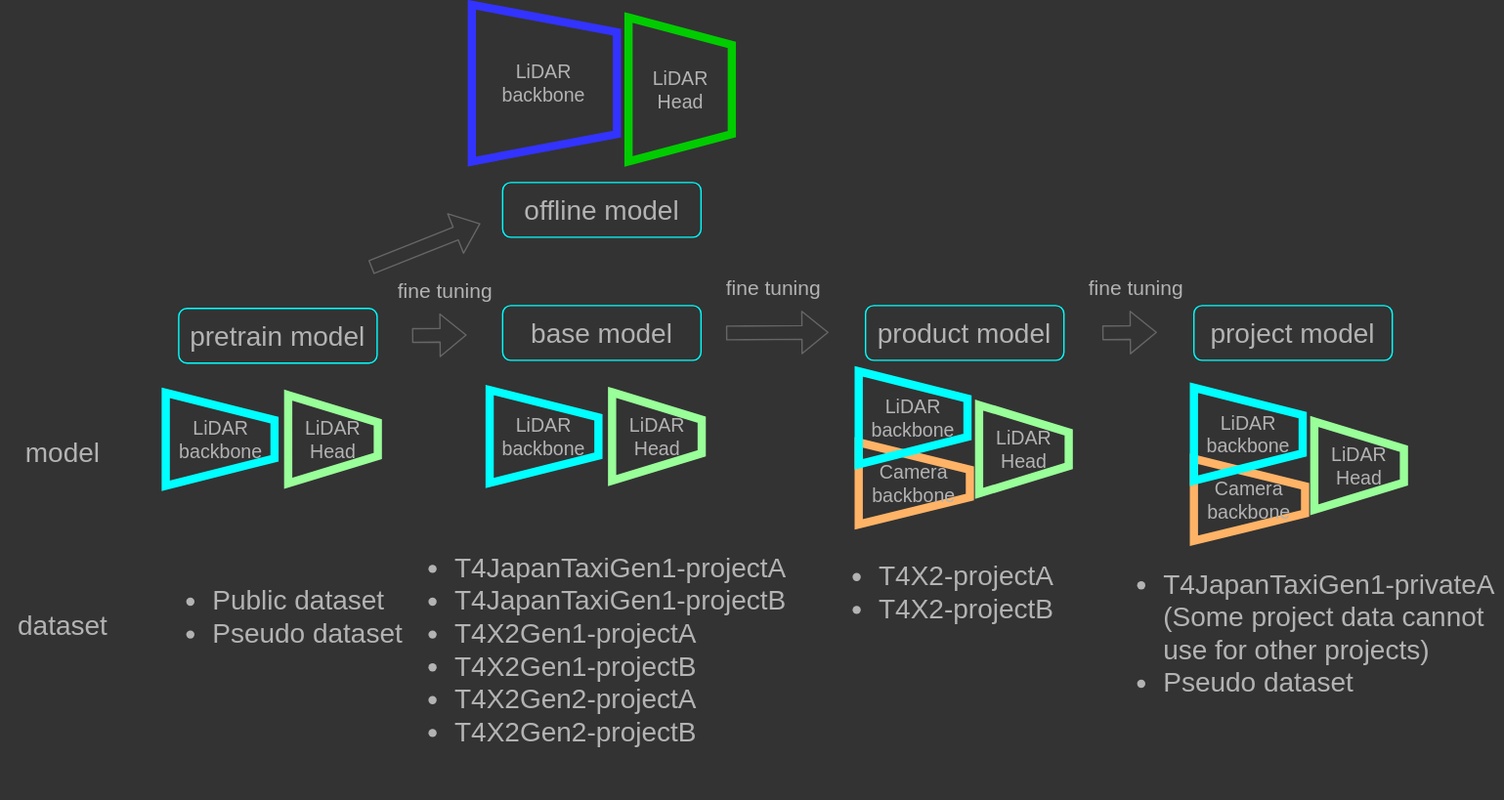
tier4/AWML keeps this draw.io diagram as docs/fig/model_type_2.drawio.svg. Above is the earlier version. Source tidied: cells renumbered, new cells last; positions are measured from the earlier drawing's top-left corner, leaving out a move shared by most shapes.
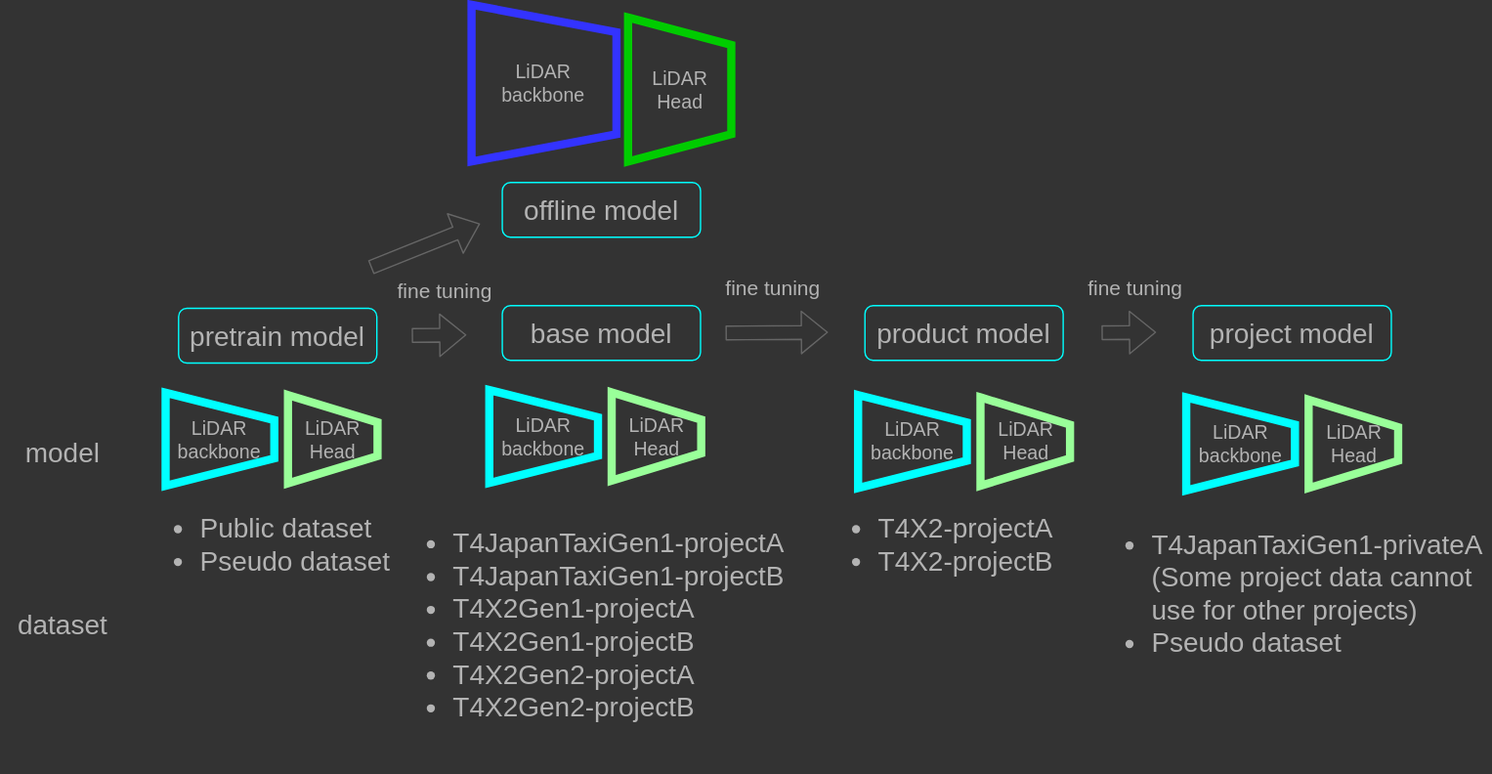
Later version of the same file.

Diff of the diagram source:
```diff
@@ -12,7 +12,7 @@
       </mxGeometry>
     </mxCell>
     <mxCell id="4" value="&lt;ul&gt;&lt;li&gt;&lt;span style=&quot;background-color: initial;&quot;&gt;T4JapanTaxiGen1-projectA&lt;/span&gt;&lt;br&gt;&lt;/li&gt;&lt;li&gt;&lt;span style=&quot;background-color: initial;&quot;&gt;T4JapanTaxiGen1-projectB&lt;/span&gt;&lt;/li&gt;&lt;li&gt;&lt;span style=&quot;background-color: initial;&quot;&gt;T4X2Gen1-projectA&lt;/span&gt;&lt;br&gt;&lt;/li&gt;&lt;li&gt;&lt;span style=&quot;background-color: initial;&quot;&gt;T4X2Gen1-projectB&lt;/span&gt;&lt;/li&gt;&lt;li&gt;&lt;span style=&quot;background-color: initial;&quot;&gt;T4X2Gen2-projectA&lt;/span&gt;&lt;br&gt;&lt;/li&gt;&lt;li&gt;&lt;span style=&quot;background-color: initial;&quot;&gt;T4X2Gen2-projectB&lt;/span&gt;&lt;/li&gt;&lt;/ul&gt;" style="text;html=1;strokeColor=none;fillColor=none;align=left;verticalAlign=middle;whiteSpace=wrap;rounded=0;fontSize=20;fontColor=#B3B3B3;" parent="1" vertex="1">
-      <mxGeometry x="290" y="410" width="300" height="122" as="geometry" />
+      <mxGeometry x="289.2" y="357" width="300" height="192" as="geometry" />
     </mxCell>
     <mxCell id="5" value="&lt;span style=&quot;font-size: 15px;&quot;&gt;fine tuning&lt;/span&gt;" style="text;html=1;strokeColor=none;fillColor=none;align=center;verticalAlign=middle;whiteSpace=wrap;rounded=0;fontSize=20;fontColor=#B3B3B3;" parent="1" vertex="1">
       <mxGeometry x="516" y="190" width="97.5" height="30" as="geometry" />
@@ -42,26 +42,8 @@
       <mxGeometry x="366.8" y="130" width="145" height="40" as="geometry" />
     </mxCell>
     <mxCell id="13" value="&lt;ul&gt;&lt;li&gt;&lt;span style=&quot;background-color: initial;&quot;&gt;T4JapanTaxiGen1-privateA&lt;br&gt;(Some project data cannot use for other projects)&amp;nbsp;&lt;/span&gt;&lt;/li&gt;&lt;li&gt;&lt;span style=&quot;background-color: initial;&quot;&gt;Pseudo dataset&lt;/span&gt;&lt;/li&gt;&lt;/ul&gt;" style="text;html=1;strokeColor=none;fillColor=none;align=left;verticalAlign=middle;whiteSpace=wrap;rounded=0;fontSize=20;fontColor=#B3B3B3;" parent="1" vertex="1">
-      <mxGeometry x="807.8" y="410" width="289.9" height="98" as="geometry" />
+      <mxGeometry x="800" y="370" width="289.9" height="120" as="geometry" />
     </mxCell>
-    <mxCell id="14" value="&lt;font style=&quot;font-size: 14px;&quot;&gt;Camera&lt;br&gt;backbone&lt;/font&gt;" style="shape=trapezoid;perimeter=trapezoidPerimeter;whiteSpace=wrap;html=1;fixedSize=1;rotation=0;fillColor=none;fontColor=#B3B3B3;strokeColor=#FFB366;strokeWidth=6;direction=south;" parent="1" vertex="1">
-      <mxGeometry x="627" y="320" width="81.2" height="60" as="geometry" />
-    </mxCell>
-    <mxCell id="15" value="&lt;font style=&quot;font-size: 14px;&quot;&gt;LiDAR&lt;br&gt;backbone&lt;/font&gt;" style="shape=trapezoid;perimeter=trapezoidPerimeter;whiteSpace=wrap;html=1;fixedSize=1;rotation=0;fillColor=none;fontColor=#B3B3B3;strokeColor=#00FFFF;strokeWidth=6;direction=south;" parent="1" vertex="1">
-      <mxGeometry x="627" y="268" width="79.5" height="68" as="geometry" />
-    </mxCell>
-    <mxCell id="16" value="&lt;span style=&quot;font-size: 14px;&quot;&gt;LiDAR&lt;br&gt;Head&lt;/span&gt;" style="shape=trapezoid;perimeter=trapezoidPerimeter;whiteSpace=wrap;html=1;fixedSize=1;rotation=0;fillColor=none;fontColor=#B3B3B3;strokeColor=#99FF99;strokeWidth=6;direction=south;" parent="1" vertex="1">
-      <mxGeometry x="715" y="292.7" width="65.5" height="64.6" as="geometry" />
-    </mxCell>
-    <mxCell id="17" value="&lt;font style=&quot;font-size: 14px;&quot;&gt;Camera&lt;br&gt;backbone&lt;/font&gt;" style="shape=trapezoid;perimeter=trapezoidPerimeter;whiteSpace=wrap;html=1;fixedSize=1;rotation=0;fillColor=none;fontColor=#B3B3B3;strokeColor=#FFB366;strokeWidth=6;direction=south;" parent="1" vertex="1">
-      <mxGeometry x="872" y="332" width="81.2" height="60" as="geometry" />
-    </mxCell>
-    <mxCell id="18" value="&lt;font style=&quot;font-size: 14px;&quot;&gt;LiDAR&lt;br&gt;backbone&lt;/font&gt;" style="shape=trapezoid;perimeter=trapezoidPerimeter;whiteSpace=wrap;html=1;fixedSize=1;rotation=0;fillColor=none;fontColor=#B3B3B3;strokeColor=#00FFFF;strokeWidth=6;direction=south;" parent="1" vertex="1">
-      <mxGeometry x="872" y="280" width="79.5" height="68" as="geometry" />
-    </mxCell>
-    <mxCell id="19" value="&lt;span style=&quot;font-size: 14px;&quot;&gt;LiDAR&lt;br&gt;Head&lt;/span&gt;" style="shape=trapezoid;perimeter=trapezoidPerimeter;whiteSpace=wrap;html=1;fixedSize=1;rotation=0;fillColor=none;fontColor=#B3B3B3;strokeColor=#99FF99;strokeWidth=6;direction=south;" parent="1" vertex="1">
-      <mxGeometry x="960" y="304.7" width="65.5" height="64.6" as="geometry" />
-    </mxCell>
     <mxCell id="20" value="&lt;font style=&quot;font-size: 14px;&quot;&gt;LiDAR&lt;br&gt;backbone&lt;/font&gt;" style="shape=trapezoid;perimeter=trapezoidPerimeter;whiteSpace=wrap;html=1;fixedSize=1;rotation=0;fillColor=none;fontColor=#B3B3B3;strokeColor=#3333FF;strokeWidth=6;direction=south;" parent="1" vertex="1">
       <mxGeometry x="344.2" width="106" height="114.6" as="geometry" />
     </mxCell>
@@ -78,7 +60,7 @@
       </mxGeometry>
     </mxCell>
     <mxCell id="24" value="&lt;ul&gt;&lt;li&gt;&lt;span style=&quot;background-color: initial;&quot;&gt;Public dataset&lt;/span&gt;&lt;/li&gt;&lt;li&gt;&lt;span style=&quot;background-color: initial;&quot;&gt;Pseudo dataset&lt;/span&gt;&lt;br&gt;&lt;/li&gt;&lt;/ul&gt;" style="text;html=1;strokeColor=none;fillColor=none;align=left;verticalAlign=middle;whiteSpace=wrap;rounded=0;fontSize=20;fontColor=#B3B3B3;" parent="1" vertex="1">
-      <mxGeometry x="113" y="412" width="197.5" height="70" as="geometry" />
+      <mxGeometry x="103.8" y="359" width="197.5" height="70" as="geometry" />
     </mxCell>
     <mxCell id="25" value="&lt;font style=&quot;font-size: 14px;&quot;&gt;LiDAR&lt;br&gt;backbone&lt;/font&gt;" style="shape=trapezoid;perimeter=trapezoidPerimeter;whiteSpace=wrap;html=1;fixedSize=1;rotation=0;fillColor=none;fontColor=#B3B3B3;strokeColor=#00FFFF;strokeWidth=6;direction=south;" parent="1" vertex="1">
       <mxGeometry x="120.5" y="283.7" width="79.5" height="68" as="geometry" />
@@ -102,7 +84,19 @@
       </mxGeometry>
     </mxCell>
     <mxCell id="31" value="&lt;ul&gt;&lt;li&gt;&lt;span style=&quot;background-color: initial;&quot;&gt;T4X2-projectA&lt;/span&gt;&lt;br&gt;&lt;/li&gt;&lt;li&gt;&lt;span style=&quot;background-color: initial;&quot;&gt;T4X2-projectB&lt;/span&gt;&lt;/li&gt;&lt;/ul&gt;" style="text;html=1;strokeColor=none;fillColor=none;align=left;verticalAlign=middle;whiteSpace=wrap;rounded=0;fontSize=20;fontColor=#B3B3B3;" parent="1" vertex="1">
-      <mxGeometry x="600" y="392" width="200" height="74" as="geometry" />
+      <mxGeometry x="600" y="357" width="200" height="74" as="geometry" />
     </mxCell>
+    <mxCell id="32" value="&lt;font style=&quot;font-size: 14px;&quot;&gt;LiDAR&lt;br&gt;backbone&lt;/font&gt;" style="shape=trapezoid;perimeter=trapezoidPerimeter;whiteSpace=wrap;html=1;fixedSize=1;rotation=0;fillColor=none;fontColor=#B3B3B3;strokeColor=#00FFFF;strokeWidth=6;direction=south;" parent="1" vertex="1">
+      <mxGeometry x="627" y="285.4" width="79.5" height="68" as="geometry" />
+    </mxCell>
+    <mxCell id="33" value="&lt;span style=&quot;font-size: 14px;&quot;&gt;LiDAR&lt;br&gt;Head&lt;/span&gt;" style="shape=trapezoid;perimeter=trapezoidPerimeter;whiteSpace=wrap;html=1;fixedSize=1;rotation=0;fillColor=none;fontColor=#B3B3B3;strokeColor=#99FF99;strokeWidth=6;direction=south;" parent="1" vertex="1">
+      <mxGeometry x="716.5" y="287.1" width="65.5" height="64.6" as="geometry" />
+    </mxCell>
+    <mxCell id="34" value="&lt;font style=&quot;font-size: 14px;&quot;&gt;LiDAR&lt;br&gt;backbone&lt;/font&gt;" style="shape=trapezoid;perimeter=trapezoidPerimeter;whiteSpace=wrap;html=1;fixedSize=1;rotation=0;fillColor=none;fontColor=#B3B3B3;strokeColor=#00FFFF;strokeWidth=6;direction=south;" parent="1" vertex="1">
+      <mxGeometry x="867" y="287.1" width="79.5" height="68" as="geometry" />
+    </mxCell>
+    <mxCell id="35" value="&lt;span style=&quot;font-size: 14px;&quot;&gt;LiDAR&lt;br&gt;Head&lt;/span&gt;" style="shape=trapezoid;perimeter=trapezoidPerimeter;whiteSpace=wrap;html=1;fixedSize=1;rotation=0;fillColor=none;fontColor=#B3B3B3;strokeColor=#99FF99;strokeWidth=6;direction=south;" parent="1" vertex="1">
+      <mxGeometry x="956.5" y="288.8" width="65.5" height="64.6" as="geometry" />
+    </mxCell>
   </root>
 </mxGraphModel>
```
